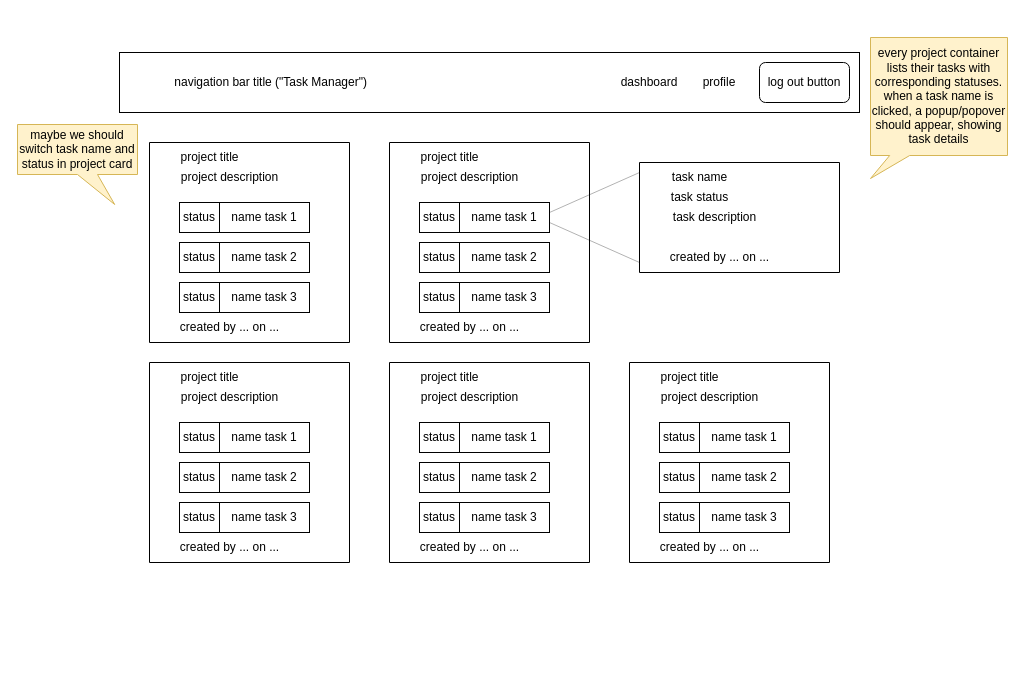
Earlier version of the draw.io diagram frontend/dashboard.drawio (nve03g/task_manager_webdev). Source tidied: cells renumbered, new cells numbered last; positions are measured from the earlier drawing's top-left corner, leaving out a move shared by most shapes. Both pictures are drawn from the tidied source at 100%, with x=0, y=0 at pixel (17, 37).
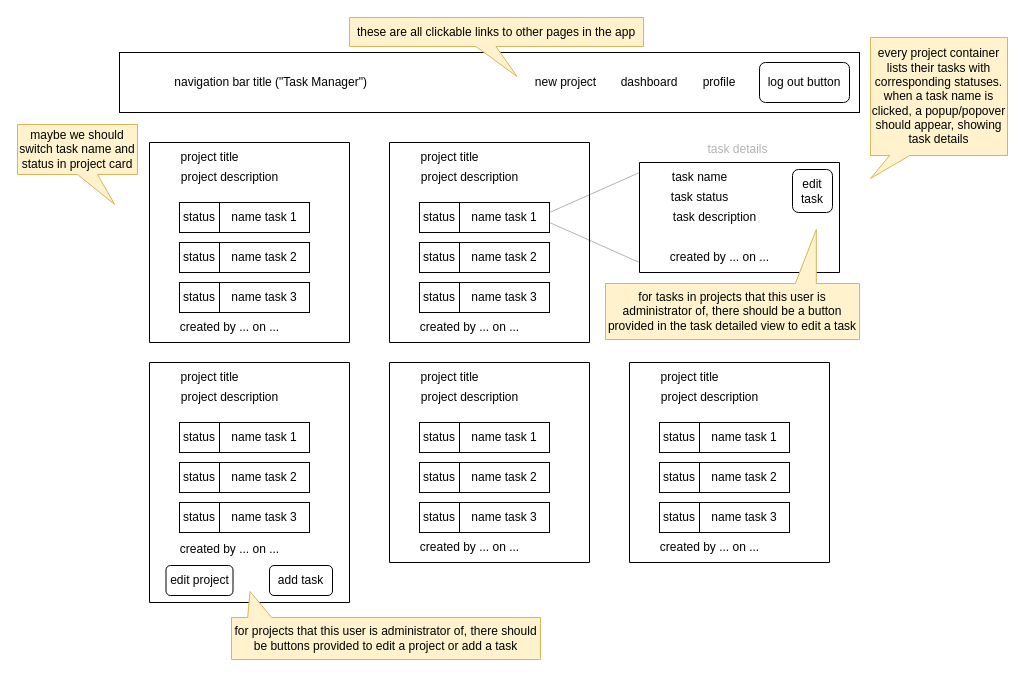
Above is the later version.

Unchanged cells that the change refers to:
```xml
<mxCell id="14" style="swimlane;startSize=0;" parent="1" vertex="1">
  <mxGeometry x="622" y="125" width="200" height="110" as="geometry" />
</mxCell>
```

The edit, as a diff of the source:
```diff
@@
+    <mxCell id="65" value="edit task" style="rounded=1;whiteSpace=wrap;html=1;" parent="14" vertex="1">
+      <mxGeometry x="153" y="7" width="40" height="43" as="geometry" />
+    </mxCell>
@@
     <mxCell id="39" style="swimlane;startSize=0;" parent="1" vertex="1">
-      <mxGeometry x="132" y="325" width="200" height="200" as="geometry" />
+      <mxGeometry x="132" y="325" width="200" height="240" as="geometry" />
     </mxCell>
@@
     <mxCell id="42" value="created by ... on ..." style="text;html=1;align=center;verticalAlign=middle;strokeColor=none;fillColor=none;" parent="39" vertex="1">
-      <mxGeometry x="20" y="170" width="120" height="30" as="geometry" />
+      <mxGeometry x="20" y="172" width="120" height="30" as="geometry" />
     </mxCell>
@@
+    <mxCell id="66" value="add task" style="rounded=1;whiteSpace=wrap;html=1;" parent="39" vertex="1">
+      <mxGeometry x="120" y="203" width="63" height="30" as="geometry" />
+    </mxCell>
+    <mxCell id="67" value="edit project" style="rounded=1;whiteSpace=wrap;html=1;" parent="39" vertex="1">
+      <mxGeometry x="16.5" y="203" width="67" height="30" as="geometry" />
+    </mxCell>
@@
+    <mxCell id="68" value="new project" style="text;html=1;align=center;verticalAlign=middle;whiteSpace=wrap;rounded=0;" parent="1" vertex="1">
+      <mxGeometry x="512" y="30" width="73" height="30" as="geometry" />
+    </mxCell>
+    <mxCell id="69" value="for projects that this user is administrator of, there should be buttons provided to edit a project or add a task" style="shape=callout;whiteSpace=wrap;html=1;perimeter=calloutPerimeter;direction=west;fillColor=#fff2cc;strokeColor=#d6b656;base=24;size=26;position=0.87;position2=0.94;" parent="1" vertex="1">
+      <mxGeometry x="214" y="554" width="309" height="68" as="geometry" />
+    </mxCell>
+    <mxCell id="70" value="task details" style="text;html=1;align=center;verticalAlign=middle;strokeColor=none;fillColor=none;textOpacity=30;" parent="1" vertex="1">
+      <mxGeometry x="681" y="99" width="78" height="26" as="geometry" />
+    </mxCell>
+    <mxCell id="71" value="for tasks in projects that this user is administrator of, there should be a button provided in the task detailed view to edit a task" style="shape=callout;whiteSpace=wrap;html=1;perimeter=calloutPerimeter;direction=west;fillColor=#fff2cc;strokeColor=#d6b656;base=21;size=54;position=0.17;position2=0.17;" parent="1" vertex="1">
+      <mxGeometry x="588" y="192" width="254" height="110" as="geometry" />
+    </mxCell>
+    <mxCell id="72" value="these are all clickable links to other pages in the app" style="shape=callout;whiteSpace=wrap;html=1;perimeter=calloutPerimeter;fillColor=#fff2cc;strokeColor=#d6b656;position2=0.57;size=30;position=0.43;" parent="1" vertex="1">
+      <mxGeometry x="332" y="-20" width="294" height="59" as="geometry" />
+    </mxCell>
```
